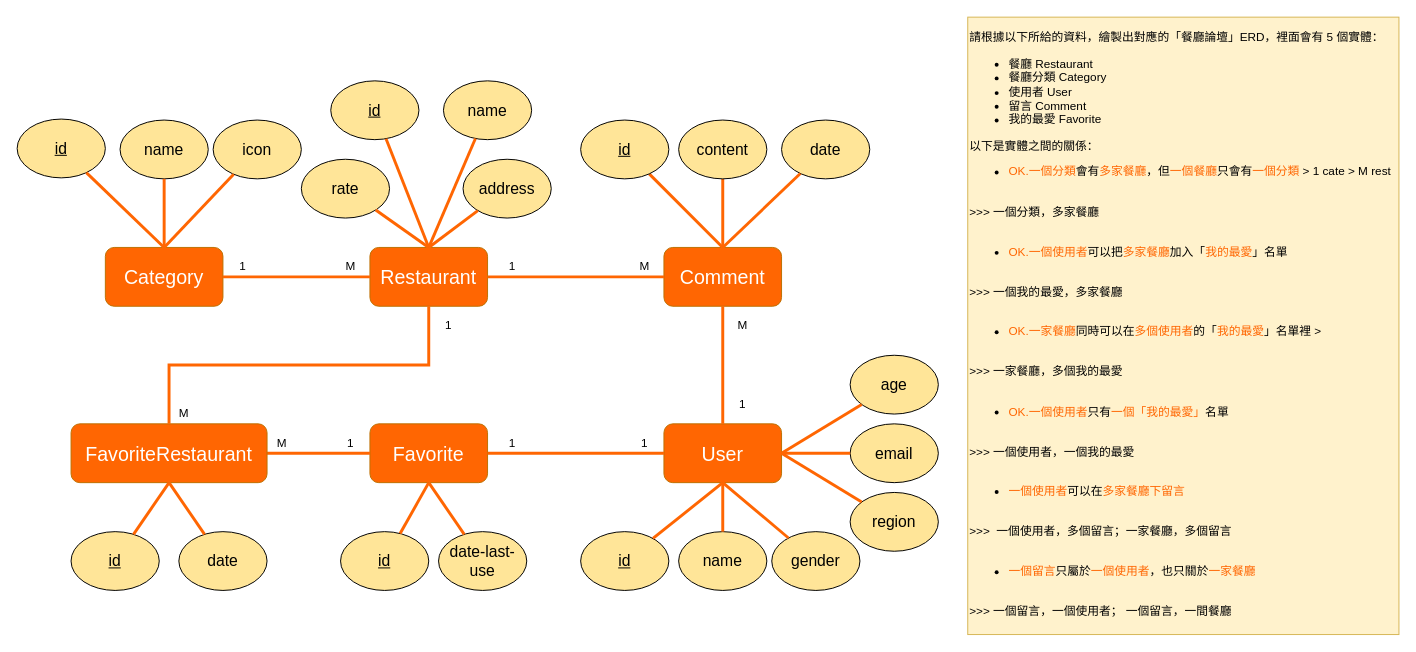
Earlier version of the draw.io diagram 餐廳論壇ERD-ver3.drawio (z88243310/bins). Source tidied: cells renumbered, new cells numbered last; positions are measured from the earlier drawing's top-left corner, leaving out a move shared by most shapes. Both pictures are drawn from the tidied source at 98%, with x=0, y=0 at pixel (17, 17).
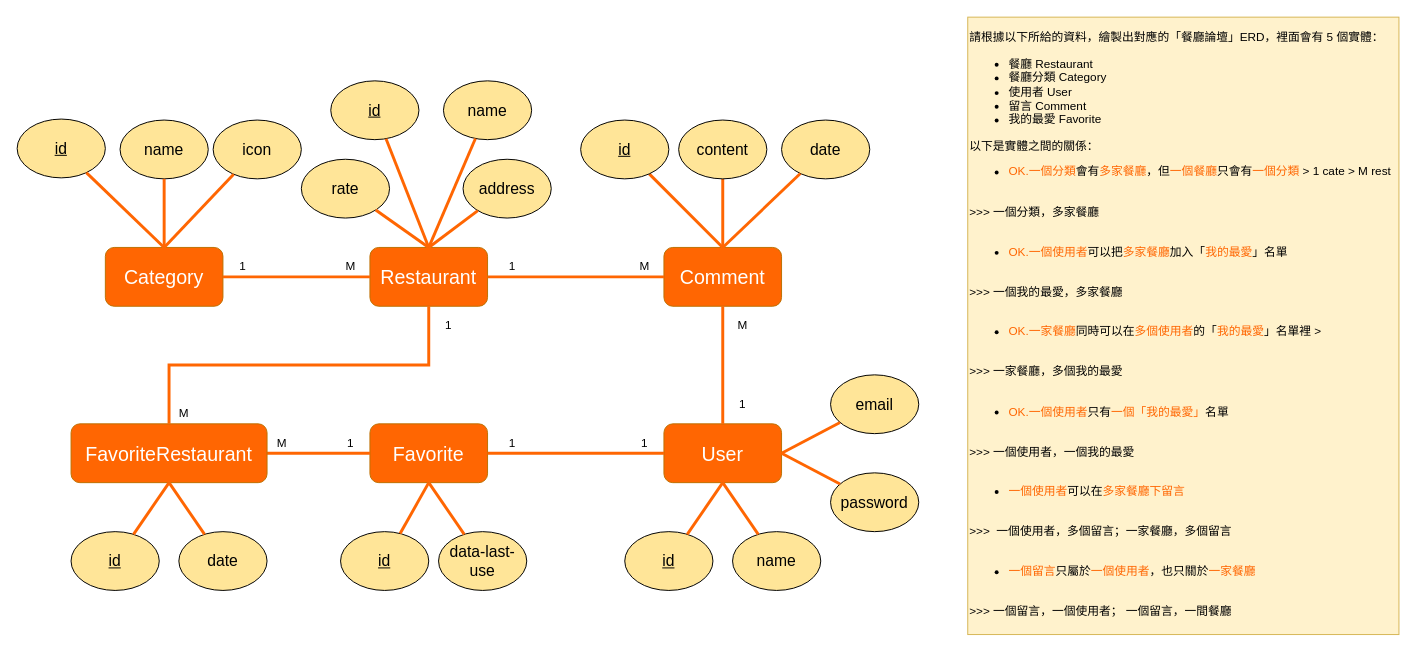
The same diagram, later.

Commit message:
更新餐廳論壇ERD-ver3.drawio

Unchanged cells that the change refers to:
```xml
<mxCell id="5" value="User" style="rounded=1;whiteSpace=wrap;html=1;fillColor=#FF6602;strokeColor=#BD7000;fontColor=#FFFFFF;fontSize=20;" parent="1" vertex="1">
  <mxGeometry x="660" y="415" width="120" height="60" as="geometry" />
</mxCell>
```

What changed in the source:
```diff
@@
     <mxCell id="27" value="&lt;u&gt;id&lt;/u&gt;" style="ellipse;whiteSpace=wrap;html=1;fillColor=#FFE598;fontSize=16;" parent="1" vertex="1">
-      <mxGeometry x="575" y="525" width="90" height="60" as="geometry" />
+      <mxGeometry x="620" y="525" width="90" height="60" as="geometry" />
     </mxCell>
-    <mxCell id="28" value="region" style="ellipse;whiteSpace=wrap;html=1;fillColor=#FFE598;fontSize=16;" parent="1" vertex="1">
-      <mxGeometry x="850" y="485" width="90" height="60" as="geometry" />
-    </mxCell>
@@
-    <mxCell id="30" value="age" style="ellipse;whiteSpace=wrap;html=1;fillColor=#FFE598;fontSize=16;" parent="1" vertex="1">
-      <mxGeometry x="850" y="345" width="90" height="60" as="geometry" />
-    </mxCell>
-    <mxCell id="31" value="gender" style="ellipse;whiteSpace=wrap;html=1;fillColor=#FFE598;fontSize=16;" parent="1" vertex="1">
-      <mxGeometry x="770" y="525" width="90" height="60" as="geometry" />
+    <mxCell id="31" value="password" style="ellipse;whiteSpace=wrap;html=1;fillColor=#FFE598;fontSize=16;" parent="1" vertex="1">
+      <mxGeometry x="830" y="465" width="90" height="60" as="geometry" />
     </mxCell>
     <mxCell id="32" value="name" style="ellipse;whiteSpace=wrap;html=1;fillColor=#FFE598;fontSize=16;" parent="1" vertex="1">
-      <mxGeometry x="675" y="525" width="90" height="60" as="geometry" />
+      <mxGeometry x="730" y="525" width="90" height="60" as="geometry" />
     </mxCell>
     <mxCell id="33" value="email" style="ellipse;whiteSpace=wrap;html=1;fillColor=#FFE598;fontSize=16;" parent="1" vertex="1">
-      <mxGeometry x="850" y="415" width="90" height="60" as="geometry" />
+      <mxGeometry x="830" y="365" width="90" height="60" as="geometry" />
     </mxCell>
@@
-    <mxCell id="36" style="edgeStyle=none;rounded=0;jettySize=auto;html=1;fontSize=16;fontColor=#FFFFFF;endArrow=none;endFill=0;strokeColor=#FF6602;strokeWidth=3;entryX=1;entryY=0.5;entryDx=0;entryDy=0;" parent="1" edge="1" source="30" target="5">
-      <mxGeometry relative="1" as="geometry" />
-    </mxCell>
@@
-    <mxCell id="38" style="edgeStyle=none;rounded=0;jettySize=auto;html=1;fontSize=16;fontColor=#FFFFFF;endArrow=none;endFill=0;strokeColor=#FF6602;strokeWidth=3;exitX=1;exitY=0.5;exitDx=0;exitDy=0;" parent="1" edge="1" source="5" target="28">
-      <mxGeometry relative="1" as="geometry" />
-    </mxCell>
-    <mxCell id="39" style="edgeStyle=none;rounded=0;jettySize=auto;html=1;fontSize=16;fontColor=#FFFFFF;endArrow=none;endFill=0;strokeColor=#FF6602;strokeWidth=3;exitX=0.5;exitY=1;exitDx=0;exitDy=0;" parent="1" edge="1" source="5" target="31">
+    <mxCell id="39" style="edgeStyle=none;rounded=0;jettySize=auto;html=1;fontSize=16;fontColor=#FFFFFF;endArrow=none;endFill=0;strokeColor=#FF6602;strokeWidth=3;exitX=1;exitY=0.5;exitDx=0;exitDy=0;" parent="1" edge="1" source="5" target="31">
       <mxGeometry relative="1" as="geometry" />
     </mxCell>
@@
-    <mxCell id="61" value="date-last-use" style="ellipse;whiteSpace=wrap;html=1;fillColor=#FFE598;fontSize=16;" parent="1" vertex="1">
+    <mxCell id="61" value="data-last-use" style="ellipse;whiteSpace=wrap;html=1;fillColor=#FFE598;fontSize=16;" parent="1" vertex="1">
       <mxGeometry x="430" y="525" width="90" height="60" as="geometry" />
     </mxCell>
```
